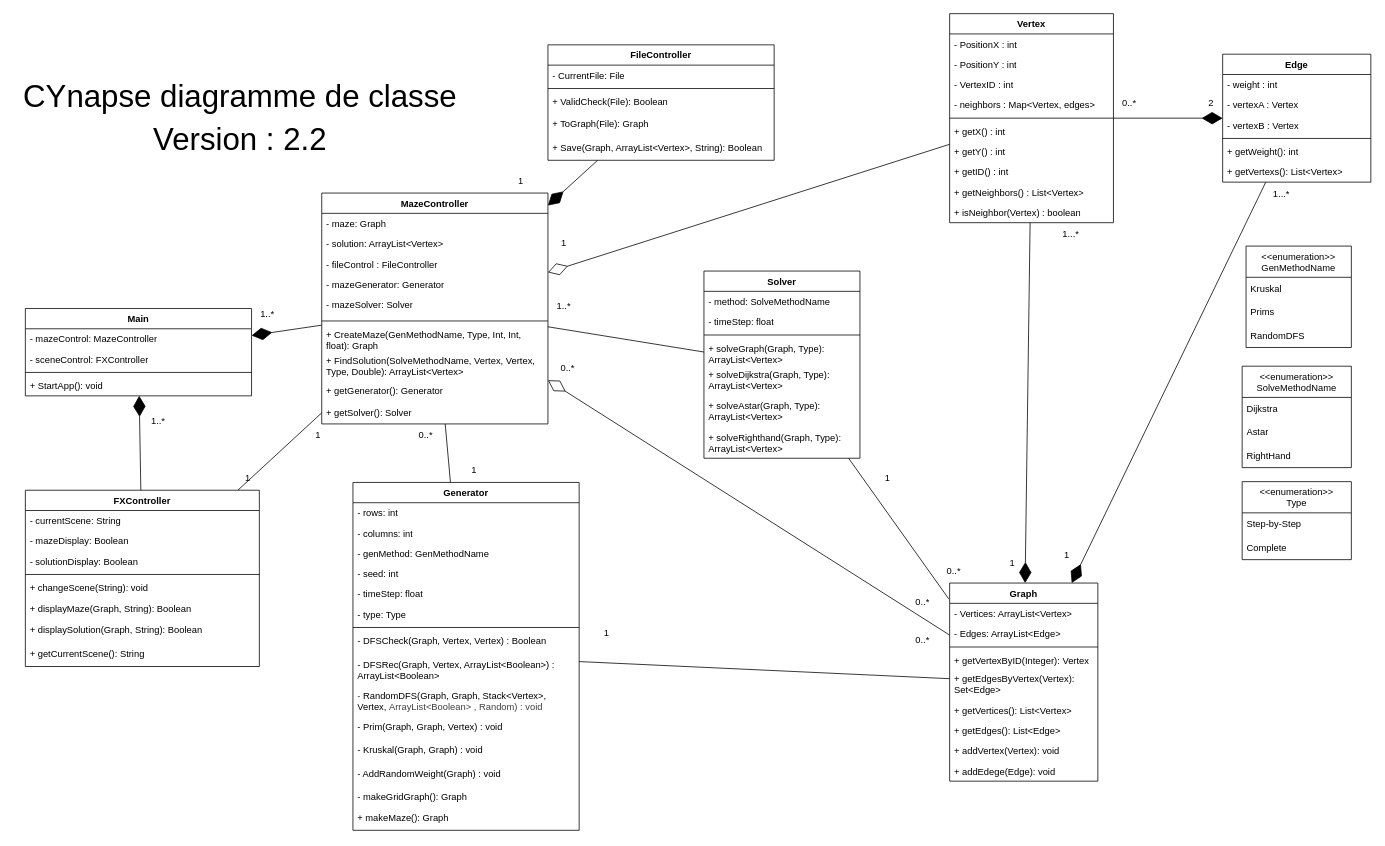
Above: drawIoDiagram/Projet_Cynapse_Class_Diagram.drawio in Minetriforce/ProjetCynapse-ING1 (draw.io), before the change. Source tidied: cells renumbered, new cells numbered last; positions are measured from the earlier drawing's top-left corner, leaving out a move shared by most shapes. Both pictures are drawn from the tidied source at 78%, with x=0, y=0 at pixel (13, 13).
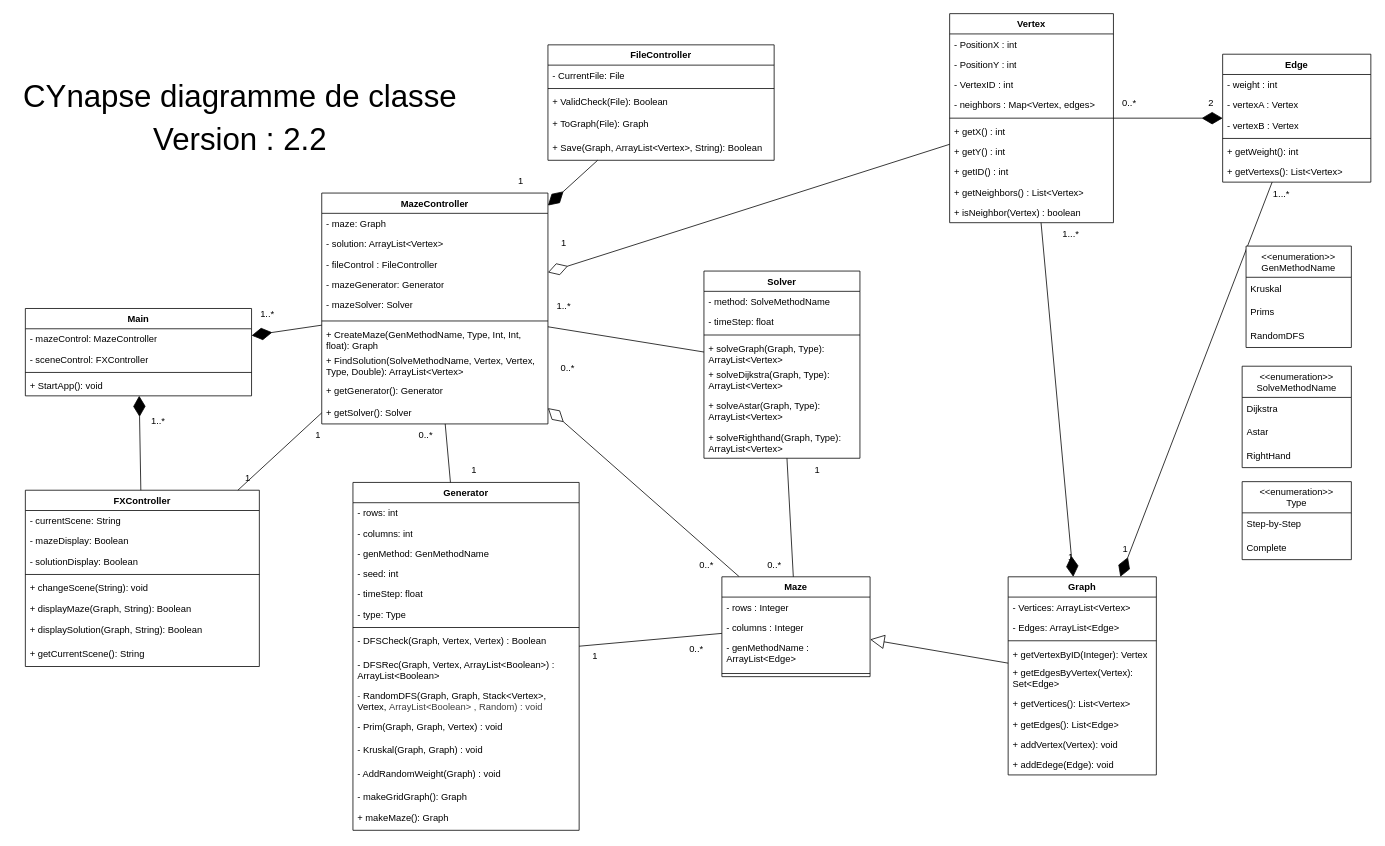
The same page after the edit.

Commit message (it also covers changes not shown here):
update: UML, commentaires, changements des Graph -> Maze

Unchanged cells that the change refers to:
```xml
<mxCell id="37" value="Generator" style="swimlane;fontStyle=1;align=center;verticalAlign=top;horizontal=1;startSize=26;whiteSpace=wrap;html=1;" parent="1" vertex="1">
  <mxGeometry x="435" y="601" width="290" height="446" as="geometry" />
</mxCell>
<mxCell id="53" value="Solver" style="swimlane;fontStyle=1;align=center;verticalAlign=top;horizontal=1;startSize=26;whiteSpace=wrap;html=1;" parent="1" vertex="1">
  <mxGeometry x="885" y="330" width="200" height="240" as="geometry" />
</mxCell>
<mxCell id="74" value="MazeController" style="swimlane;fontStyle=1;align=center;verticalAlign=top;horizontal=1;startSize=26;whiteSpace=wrap;html=1;" parent="1" vertex="1">
  <mxGeometry x="395" y="230" width="290" height="296" as="geometry" />
</mxCell>
```

What changed in the source:
```diff
@@
     <mxCell id="20" value="Graph" style="swimlane;fontStyle=1;align=center;verticalAlign=top;horizontal=1;startSize=26;whiteSpace=wrap;html=1;" parent="1" vertex="1">
-      <mxGeometry x="1200" y="730" width="190" height="254" as="geometry" />
+      <mxGeometry x="1275" y="722" width="190" height="254" as="geometry" />
     </mxCell>
@@
     <mxCell id="35" value="1" style="text;html=1;align=center;verticalAlign=middle;strokeColor=none;fillColor=none;" parent="1" vertex="1">
-      <mxGeometry x="1265" y="690" width="30" height="30" as="geometry" />
+      <mxGeometry x="1340" y="682" width="30" height="30" as="geometry" />
     </mxCell>
     <mxCell id="36" value="1" style="text;html=1;align=center;verticalAlign=middle;strokeColor=none;fillColor=none;" parent="1" vertex="1">
-      <mxGeometry x="1335" y="680" width="30" height="30" as="geometry" />
+      <mxGeometry x="1410" y="672" width="30" height="30" as="geometry" />
     </mxCell>
@@
-    <mxCell id="63" value="0..*" style="text;html=1;align=center;verticalAlign=middle;strokeColor=none;fillColor=none;" parent="1" vertex="1">
-      <mxGeometry x="1185" y="700" width="40" height="30" as="geometry" />
-    </mxCell>
     <mxCell id="64" value="0..*" style="text;html=1;align=center;verticalAlign=middle;strokeColor=none;fillColor=none;" parent="1" vertex="1">
-      <mxGeometry x="1145" y="789" width="40" height="30" as="geometry" />
+      <mxGeometry x="855" y="800" width="40" height="30" as="geometry" />
     </mxCell>
@@
     <mxCell id="97" value="1" style="text;html=1;align=center;verticalAlign=middle;strokeColor=none;fillColor=none;" parent="1" vertex="1">
-      <mxGeometry x="745" y="780" width="30" height="30" as="geometry" />
+      <mxGeometry x="730" y="809" width="30" height="30" as="geometry" />
     </mxCell>
@@
-    <mxCell id="121" style="endArrow=none;html=1;entryX=-0.006;entryY=0.08;entryDx=0;entryDy=0;entryPerimeter=0;" parent="1" edge="1" source="53" target="20">
-      <mxGeometry relative="1" as="geometry" />
-    </mxCell>
-    <mxCell id="122" style="endArrow=none;html=1;" parent="1" edge="1" source="37" target="20">
+    <mxCell id="122" style="endArrow=none;html=1;" parent="1" edge="1" source="37" target="132">
       <mxGeometry relative="1" as="geometry" />
     </mxCell>
@@
-    <mxCell id="124" style="endArrow=diamondThin;endFill=0;endSize=24;html=1;rounded=0;" parent="1" edge="1" source="20" target="74">
+    <mxCell id="124" style="endArrow=diamondThin;endFill=0;endSize=24;html=1;rounded=0;" parent="1" edge="1" source="132" target="74">
       <mxGeometry relative="1" as="geometry" />
     </mxCell>
@@
     <mxCell id="128" value="1" style="text;html=1;align=center;verticalAlign=middle;strokeColor=none;fillColor=none;" parent="1" vertex="1">
-      <mxGeometry x="1105" y="581" width="30" height="30" as="geometry" />
+      <mxGeometry x="1015" y="571" width="30" height="30" as="geometry" />
     </mxCell>
     <mxCell id="129" value="0..*" style="text;html=1;align=center;verticalAlign=middle;strokeColor=none;fillColor=none;" parent="1" vertex="1">
-      <mxGeometry x="1145" y="740" width="40" height="30" as="geometry" />
+      <mxGeometry x="868" y="692" width="40" height="30" as="geometry" />
     </mxCell>
@@
+    <mxCell id="132" value="Maze" style="swimlane;fontStyle=1;align=center;verticalAlign=top;horizontal=1;startSize=26;whiteSpace=wrap;html=1;" parent="1" vertex="1">
+      <mxGeometry x="908" y="722" width="190" height="128" as="geometry" />
+    </mxCell>
+    <mxCell id="133" value="- rows : Integer" style="text;strokeColor=none;fillColor=none;align=left;verticalAlign=top;spacingLeft=4;spacingRight=4;overflow=hidden;whiteSpace=wrap;html=1;" parent="132" vertex="1">
+      <mxGeometry y="26" width="190" height="26" as="geometry" />
+    </mxCell>
+    <mxCell id="134" value="- columns : Integer" style="text;strokeColor=none;fillColor=none;align=left;verticalAlign=top;spacingLeft=4;spacingRight=4;overflow=hidden;whiteSpace=wrap;html=1;" parent="132" vertex="1">
+      <mxGeometry y="52" width="190" height="26" as="geometry" />
+    </mxCell>
+    <mxCell id="135" value="- genMethodName : ArrayList&amp;lt;Edge&amp;gt;" style="text;strokeColor=none;fillColor=none;align=left;verticalAlign=top;spacingLeft=4;spacingRight=4;overflow=hidden;whiteSpace=wrap;html=1;" parent="132" vertex="1">
+      <mxGeometry y="78" width="190" height="42" as="geometry" />
+    </mxCell>
+    <mxCell id="136" style="line;strokeWidth=1;fillColor=none;align=left;verticalAlign=middle;spacingTop=-1;spacingLeft=3;spacingRight=3;labelPosition=right;strokeColor=inherit;" parent="132" vertex="1">
+      <mxGeometry y="120" width="190" height="8" as="geometry" />
+    </mxCell>
+    <mxCell id="137" style="endArrow=none;html=1;" parent="1" edge="1" source="53" target="132">
+      <mxGeometry relative="1" as="geometry" />
+    </mxCell>
+    <mxCell id="63" value="0..*" style="text;html=1;align=center;verticalAlign=middle;strokeColor=none;fillColor=none;" parent="1" vertex="1">
+      <mxGeometry x="955" y="692" width="40" height="30" as="geometry" />
+    </mxCell>
+    <mxCell id="138" style="endArrow=block;endSize=16;endFill=0;html=1;" parent="1" edge="1" source="20" target="132">
+      <mxGeometry relative="1" as="geometry" />
+    </mxCell>
```
